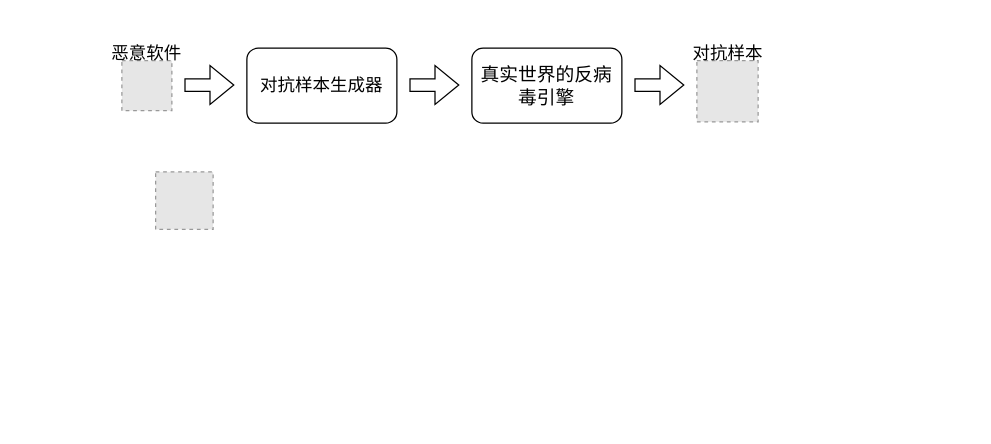
sunray42/diagrams keeps this draw.io diagram as 对抗样本鲁棒性.drawio. Above is the earlier version. Source tidied: cells renumbered, new cells numbered last; positions are measured from the earlier drawing's top-left corner, leaving out a move shared by most shapes. Both pictures are drawn from the tidied source at 125%, with x=0, y=0 at pixel (109, 34). Pictures stored in the file or linked from it are replaced by grey dashed boxes.
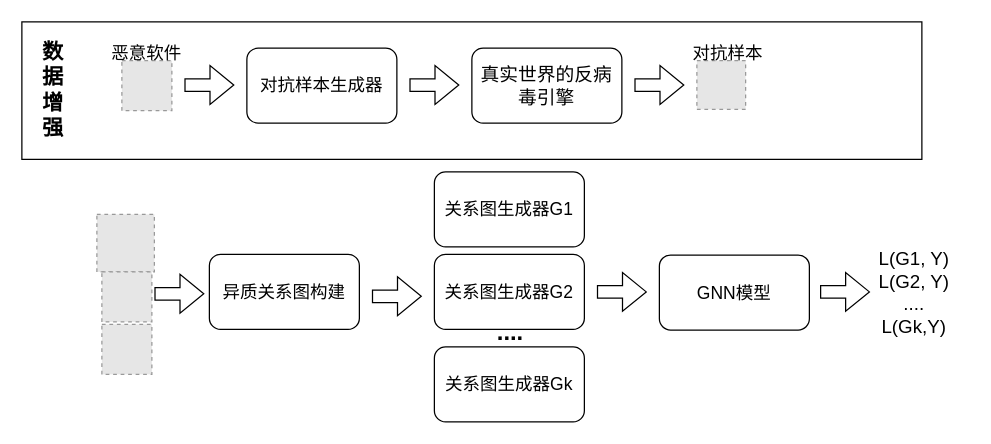
The same diagram, later.

Commit message (it also covers changes not shown here):
更新对抗样本鲁棒性.drawio

Change to the diagram source:
```diff
@@
+    <mxCell id="12" style="rounded=0;whiteSpace=wrap;html=1;" parent="1" vertex="1">
+      <mxGeometry x="-70" y="-10" width="720" height="110" as="geometry" />
+    </mxCell>
     <mxCell id="2" style="fillColor=#E6E6E6;strokeColor=#999999;dashed=1;verticalLabelPosition=bottom;verticalAlign=top;" parent="1" vertex="1">
-      <mxGeometry x="37" y="110" width="46" height="46" as="geometry" />
+      <mxGeometry x="-10" y="144" width="46" height="46" as="geometry" />
     </mxCell>
@@
     <mxCell id="6" style="fillColor=#E6E6E6;strokeColor=#999999;dashed=1;verticalLabelPosition=bottom;verticalAlign=top;" parent="1" vertex="1">
-      <mxGeometry x="470" y="21" width="49" height="49" as="geometry" />
+      <mxGeometry x="470" y="21" width="39" height="39" as="geometry" />
     </mxCell>
@@
+    <mxCell id="13" style="fillColor=#E6E6E6;strokeColor=#999999;dashed=1;verticalLabelPosition=bottom;verticalAlign=top;" parent="1" vertex="1">
+      <mxGeometry x="-6" y="190" width="40" height="40" as="geometry" />
+    </mxCell>
+    <mxCell id="14" style="fillColor=#E6E6E6;strokeColor=#999999;dashed=1;verticalLabelPosition=bottom;verticalAlign=top;" parent="1" vertex="1">
+      <mxGeometry x="-6" y="232" width="40" height="40" as="geometry" />
+    </mxCell>
+    <mxCell id="15" style="shape=flexArrow;endArrow=classic;html=1;rounded=0;" parent="1" edge="1">
+      <mxGeometry relative="1" as="geometry">
+        <mxPoint x="36" y="207.5" as="sourcePoint" />
+        <mxPoint x="76" y="207.5" as="targetPoint" />
+      </mxGeometry>
+    </mxCell>
+    <mxCell id="16" value="&lt;font style=&quot;font-size: 14px;&quot;&gt;异质关系图构建&lt;/font&gt;" style="rounded=1;whiteSpace=wrap;html=1;" parent="1" vertex="1">
+      <mxGeometry x="80" y="176" width="120" height="60" as="geometry" />
+    </mxCell>
+    <mxCell id="17" value="&lt;span style=&quot;font-size: 14px;&quot;&gt;关系图生成器G1&lt;/span&gt;" style="rounded=1;whiteSpace=wrap;html=1;" parent="1" vertex="1">
+      <mxGeometry x="260" y="110" width="120" height="60" as="geometry" />
+    </mxCell>
+    <mxCell id="18" style="shape=flexArrow;endArrow=classic;html=1;rounded=0;" parent="1" edge="1">
+      <mxGeometry relative="1" as="geometry">
+        <mxPoint x="210" y="209.5" as="sourcePoint" />
+        <mxPoint x="250" y="209.5" as="targetPoint" />
+      </mxGeometry>
+    </mxCell>
+    <mxCell id="19" value="&lt;span style=&quot;font-size: 14px;&quot;&gt;GNN模型&lt;br&gt;&lt;/span&gt;" style="rounded=1;whiteSpace=wrap;html=1;" parent="1" vertex="1">
+      <mxGeometry x="440" y="176.5" width="120" height="60" as="geometry" />
+    </mxCell>
+    <mxCell id="20" style="shape=flexArrow;endArrow=classic;html=1;rounded=0;" parent="1" edge="1">
+      <mxGeometry relative="1" as="geometry">
+        <mxPoint x="390" y="206" as="sourcePoint" />
+        <mxPoint x="430" y="206" as="targetPoint" />
+      </mxGeometry>
+    </mxCell>
+    <mxCell id="21" value="&lt;span style=&quot;font-size: 14px;&quot;&gt;关系图生成器G2&lt;/span&gt;" style="rounded=1;whiteSpace=wrap;html=1;" parent="1" vertex="1">
+      <mxGeometry x="260" y="176" width="120" height="60" as="geometry" />
+    </mxCell>
+    <mxCell id="22" value="&lt;span style=&quot;font-size: 14px;&quot;&gt;关系图生成器Gk&lt;/span&gt;" style="rounded=1;whiteSpace=wrap;html=1;" parent="1" vertex="1">
+      <mxGeometry x="260" y="250" width="120" height="60" as="geometry" />
+    </mxCell>
+    <mxCell id="23" value="&lt;b&gt;&lt;font style=&quot;font-size: 19px;&quot;&gt;....&lt;/font&gt;&lt;/b&gt;" style="text;html=1;strokeColor=none;fillColor=none;align=center;verticalAlign=middle;whiteSpace=wrap;rounded=0;" parent="1" vertex="1">
+      <mxGeometry x="290.5" y="224" width="60" height="30" as="geometry" />
+    </mxCell>
+    <mxCell id="24" value="&lt;font style=&quot;font-size: 17px;&quot;&gt;&lt;b&gt;数据增强&lt;/b&gt;&lt;/font&gt;" style="text;html=1;strokeColor=none;fillColor=none;align=center;verticalAlign=middle;whiteSpace=wrap;rounded=0;" parent="1" vertex="1">
+      <mxGeometry x="-60" width="30" height="90" as="geometry" />
+    </mxCell>
+    <mxCell id="25" style="shape=flexArrow;endArrow=classic;html=1;rounded=0;" parent="1" edge="1">
+      <mxGeometry relative="1" as="geometry">
+        <mxPoint x="568.5" y="206" as="sourcePoint" />
+        <mxPoint x="608.5" y="206" as="targetPoint" />
+      </mxGeometry>
+    </mxCell>
+    <mxCell id="26" value="&lt;font style=&quot;font-size: 15px;&quot;&gt;L(G1, Y)&lt;br&gt;L(G2, Y)&lt;br&gt;....&lt;br&gt;L(Gk,Y)&lt;/font&gt;" style="text;html=1;strokeColor=none;fillColor=none;align=center;verticalAlign=middle;whiteSpace=wrap;rounded=0;" parent="1" vertex="1">
+      <mxGeometry x="598.5" y="175.5" width="90" height="60" as="geometry" />
+    </mxCell>
```
